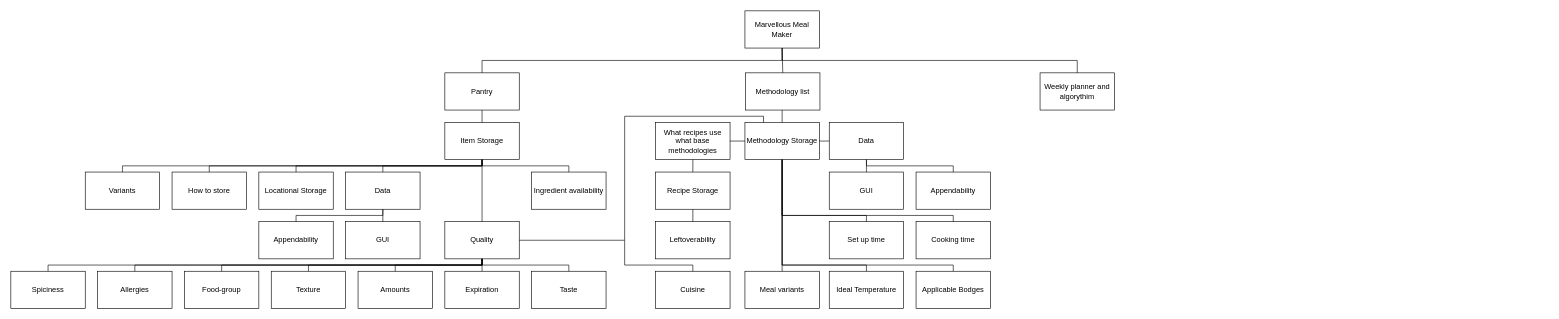
Before: Marvellous Meal Maker.drawio in JessHorserage/Marvellous-Meal-Maker, a draw.io diagram. Source tidied: cells renumbered, new cells numbered last; positions are measured from the earlier drawing's top-left corner, leaving out a move shared by most shapes. Both pictures are drawn from the tidied source at 62%, with x=0, y=0 at pixel (11, 11).
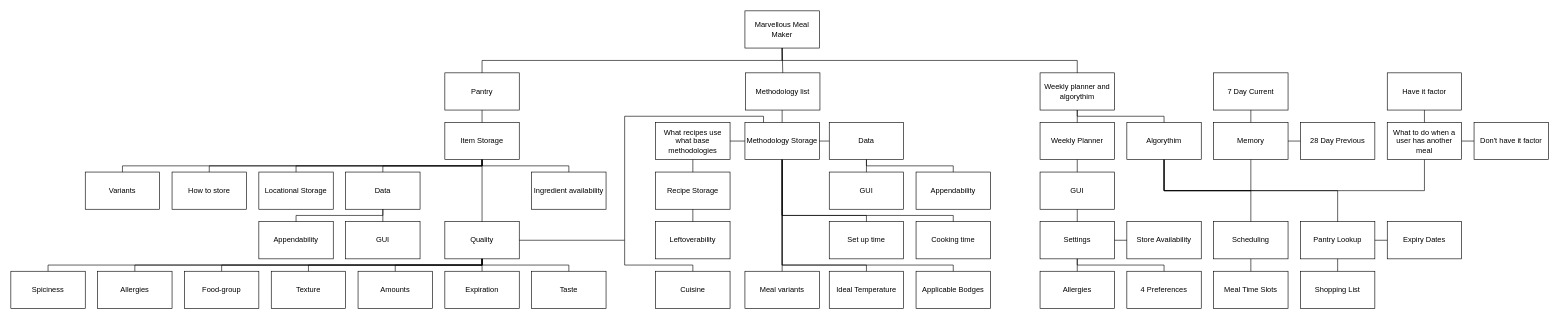
The same page after the edit.

Unchanged cells that the change refers to:
```xml
<mxCell id="5" value="Weekly planner and algorythim" style="rounded=0;whiteSpace=wrap;html=1;" parent="1" vertex="1">
  <mxGeometry x="1660" y="100" width="120" height="60" as="geometry" />
</mxCell>
```

What changed in the source:
```diff
@@
+    <mxCell id="68" value="Memory" style="rounded=0;whiteSpace=wrap;html=1;" parent="1" vertex="1">
+      <mxGeometry x="1940" y="180" width="120" height="60" as="geometry" />
+    </mxCell>
+    <mxCell id="69" value="28 Day Previous" style="rounded=0;whiteSpace=wrap;html=1;" parent="1" vertex="1">
+      <mxGeometry x="2080" y="180" width="120" height="60" as="geometry" />
+    </mxCell>
+    <mxCell id="70" value="7 Day Current" style="rounded=0;whiteSpace=wrap;html=1;" parent="1" vertex="1">
+      <mxGeometry x="1940" y="100" width="120" height="60" as="geometry" />
+    </mxCell>
+    <mxCell id="71" value="GUI" style="rounded=0;whiteSpace=wrap;html=1;" parent="1" vertex="1">
+      <mxGeometry x="1660" y="260" width="120" height="60" as="geometry" />
+    </mxCell>
+    <mxCell id="72" value="Settings" style="rounded=0;whiteSpace=wrap;html=1;" parent="1" vertex="1">
+      <mxGeometry x="1660" y="340" width="120" height="60" as="geometry" />
+    </mxCell>
+    <mxCell id="73" value="Allergies" style="rounded=0;whiteSpace=wrap;html=1;" parent="1" vertex="1">
+      <mxGeometry x="1660" y="420" width="120" height="60" as="geometry" />
+    </mxCell>
+    <mxCell id="74" value="4 Preferences" style="rounded=0;whiteSpace=wrap;html=1;" parent="1" vertex="1">
+      <mxGeometry x="1800" y="420" width="120" height="60" as="geometry" />
+    </mxCell>
+    <mxCell id="75" value="Pantry Lookup" style="rounded=0;whiteSpace=wrap;html=1;" parent="1" vertex="1">
+      <mxGeometry x="2080" y="340" width="120" height="60" as="geometry" />
+    </mxCell>
+    <mxCell id="76" value="Meal Time Slots" style="rounded=0;whiteSpace=wrap;html=1;" parent="1" vertex="1">
+      <mxGeometry x="1940" y="420" width="120" height="60" as="geometry" />
+    </mxCell>
+    <mxCell id="77" value="Shopping List" style="rounded=0;whiteSpace=wrap;html=1;" parent="1" vertex="1">
+      <mxGeometry x="2080" y="420" width="120" height="60" as="geometry" />
+    </mxCell>
+    <mxCell id="78" value="Scheduling" style="rounded=0;whiteSpace=wrap;html=1;" parent="1" vertex="1">
+      <mxGeometry x="1940" y="340" width="120" height="60" as="geometry" />
+    </mxCell>
+    <mxCell id="79" value="Don't have it factor" style="rounded=0;whiteSpace=wrap;html=1;" parent="1" vertex="1">
+      <mxGeometry x="2360" y="180" width="120" height="60" as="geometry" />
+    </mxCell>
+    <mxCell id="80" value="Have it factor" style="rounded=0;whiteSpace=wrap;html=1;" parent="1" vertex="1">
+      <mxGeometry x="2220" y="100" width="120" height="60" as="geometry" />
+    </mxCell>
+    <mxCell id="81" value="What to do when a user has another meal" style="rounded=0;whiteSpace=wrap;html=1;" parent="1" vertex="1">
+      <mxGeometry x="2220" y="180" width="120" height="60" as="geometry" />
+    </mxCell>
+    <mxCell id="82" value="Store Availability" style="rounded=0;whiteSpace=wrap;html=1;" parent="1" vertex="1">
+      <mxGeometry x="1800" y="340" width="120" height="60" as="geometry" />
+    </mxCell>
+    <mxCell id="83" value="Expiry Dates" style="rounded=0;whiteSpace=wrap;html=1;" parent="1" vertex="1">
+      <mxGeometry x="2220" y="340" width="120" height="60" as="geometry" />
+    </mxCell>
+    <mxCell id="84" value="Weekly Planner" style="rounded=0;whiteSpace=wrap;html=1;" parent="1" vertex="1">
+      <mxGeometry x="1660" y="180" width="120" height="60" as="geometry" />
+    </mxCell>
+    <mxCell id="85" value="Algorythim" style="rounded=0;whiteSpace=wrap;html=1;" parent="1" vertex="1">
+      <mxGeometry x="1800" y="180" width="120" height="60" as="geometry" />
+    </mxCell>
+    <mxCell id="86" style="endArrow=none;html=1;rounded=0;entryX=0.5;entryY=1;entryDx=0;entryDy=0;exitX=0.5;exitY=0;exitDx=0;exitDy=0;" parent="1" edge="1" source="84" target="5">
+      <mxGeometry relative="1" as="geometry" />
+    </mxCell>
+    <mxCell id="87" style="endArrow=none;html=1;rounded=0;entryX=0.5;entryY=1;entryDx=0;entryDy=0;exitX=0.5;exitY=0;exitDx=0;exitDy=0;" parent="1" edge="1" source="85" target="5">
+      <mxGeometry relative="1" as="geometry">
+        <Array as="points">
+          <mxPoint x="1860" y="170" />
+          <mxPoint x="1720" y="170" />
+        </Array>
+      </mxGeometry>
+    </mxCell>
+    <mxCell id="88" style="endArrow=none;html=1;rounded=0;entryX=0.5;entryY=1;entryDx=0;entryDy=0;exitX=0.5;exitY=0;exitDx=0;exitDy=0;" parent="1" edge="1" source="71" target="84">
+      <mxGeometry relative="1" as="geometry" />
+    </mxCell>
+    <mxCell id="89" style="endArrow=none;html=1;rounded=0;entryX=0.5;entryY=1;entryDx=0;entryDy=0;exitX=0.5;exitY=0;exitDx=0;exitDy=0;" parent="1" edge="1" source="72" target="71">
+      <mxGeometry relative="1" as="geometry" />
+    </mxCell>
+    <mxCell id="90" style="endArrow=none;html=1;rounded=0;entryX=1;entryY=0.5;entryDx=0;entryDy=0;exitX=0;exitY=0.5;exitDx=0;exitDy=0;" parent="1" edge="1" source="82" target="72">
+      <mxGeometry relative="1" as="geometry" />
+    </mxCell>
+    <mxCell id="91" style="endArrow=none;html=1;rounded=0;exitX=0.5;exitY=0;exitDx=0;exitDy=0;entryX=0.5;entryY=1;entryDx=0;entryDy=0;" parent="1" edge="1" source="73" target="72">
+      <mxGeometry relative="1" as="geometry" />
+    </mxCell>
+    <mxCell id="92" style="endArrow=none;html=1;rounded=0;entryX=0.5;entryY=1;entryDx=0;entryDy=0;exitX=0.5;exitY=0;exitDx=0;exitDy=0;" parent="1" edge="1" source="74" target="72">
+      <mxGeometry relative="1" as="geometry">
+        <Array as="points">
+          <mxPoint x="1860" y="410" />
+          <mxPoint x="1720" y="410" />
+        </Array>
+      </mxGeometry>
+    </mxCell>
+    <mxCell id="93" style="endArrow=none;html=1;rounded=0;entryX=0.5;entryY=1;entryDx=0;entryDy=0;exitX=0.5;exitY=0;exitDx=0;exitDy=0;" parent="1" edge="1" source="78" target="85">
+      <mxGeometry relative="1" as="geometry">
+        <Array as="points">
+          <mxPoint x="2000" y="290" />
+          <mxPoint x="1860" y="290" />
+        </Array>
+      </mxGeometry>
+    </mxCell>
+    <mxCell id="94" style="endArrow=none;html=1;rounded=0;entryX=0.5;entryY=1;entryDx=0;entryDy=0;exitX=0.5;exitY=0;exitDx=0;exitDy=0;" parent="1" edge="1" source="75" target="85">
+      <mxGeometry relative="1" as="geometry">
+        <Array as="points">
+          <mxPoint x="2140" y="290" />
+          <mxPoint x="1860" y="290" />
+        </Array>
+      </mxGeometry>
+    </mxCell>
+    <mxCell id="95" style="endArrow=none;html=1;rounded=0;entryX=0.5;entryY=1;entryDx=0;entryDy=0;exitX=0.5;exitY=1;exitDx=0;exitDy=0;" parent="1" edge="1" source="68" target="85">
+      <mxGeometry relative="1" as="geometry">
+        <Array as="points">
+          <mxPoint x="2000" y="290" />
+          <mxPoint x="1860" y="290" />
+        </Array>
+      </mxGeometry>
+    </mxCell>
+    <mxCell id="96" style="endArrow=none;html=1;rounded=0;entryX=0.5;entryY=0;entryDx=0;entryDy=0;exitX=0.5;exitY=1;exitDx=0;exitDy=0;" parent="1" edge="1" source="78" target="76">
+      <mxGeometry relative="1" as="geometry" />
+    </mxCell>
+    <mxCell id="97" style="endArrow=none;html=1;rounded=0;entryX=0.5;entryY=0;entryDx=0;entryDy=0;exitX=0.5;exitY=1;exitDx=0;exitDy=0;" parent="1" edge="1" source="75" target="77">
+      <mxGeometry relative="1" as="geometry" />
+    </mxCell>
+    <mxCell id="98" style="endArrow=none;html=1;rounded=0;exitX=0;exitY=0.5;exitDx=0;exitDy=0;entryX=1;entryY=0.5;entryDx=0;entryDy=0;" parent="1" edge="1" source="83" target="75">
+      <mxGeometry relative="1" as="geometry" />
+    </mxCell>
+    <mxCell id="99" style="endArrow=none;html=1;rounded=0;entryX=1;entryY=0.5;entryDx=0;entryDy=0;exitX=0;exitY=0.5;exitDx=0;exitDy=0;" parent="1" edge="1" source="69" target="68">
+      <mxGeometry relative="1" as="geometry" />
+    </mxCell>
+    <mxCell id="100" style="endArrow=none;html=1;rounded=0;exitX=0;exitY=0.5;exitDx=0;exitDy=0;entryX=1;entryY=0.5;entryDx=0;entryDy=0;" parent="1" edge="1" source="79" target="81">
+      <mxGeometry relative="1" as="geometry" />
+    </mxCell>
+    <mxCell id="101" style="endArrow=none;html=1;rounded=0;entryX=0.5;entryY=1;entryDx=0;entryDy=0;exitX=0.5;exitY=1;exitDx=0;exitDy=0;" parent="1" edge="1" source="85" target="81">
+      <mxGeometry relative="1" as="geometry">
+        <Array as="points">
+          <mxPoint x="1860" y="290" />
+          <mxPoint x="2280" y="290" />
+        </Array>
+      </mxGeometry>
+    </mxCell>
+    <mxCell id="102" style="endArrow=none;html=1;rounded=0;entryX=0.5;entryY=0;entryDx=0;entryDy=0;exitX=0.5;exitY=1;exitDx=0;exitDy=0;" parent="1" edge="1" source="70" target="68">
+      <mxGeometry relative="1" as="geometry" />
+    </mxCell>
+    <mxCell id="103" style="endArrow=none;html=1;rounded=0;entryX=0.5;entryY=0;entryDx=0;entryDy=0;exitX=0.5;exitY=1;exitDx=0;exitDy=0;" parent="1" edge="1" source="80" target="81">
+      <mxGeometry relative="1" as="geometry" />
+    </mxCell>
```
